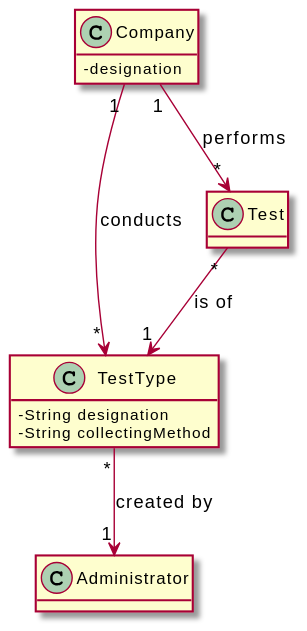
Earlier version of the PlantUML export docs/SprintB/US_9/UC9_MD.svg (RuiRioPina/LAPR2-20-21).
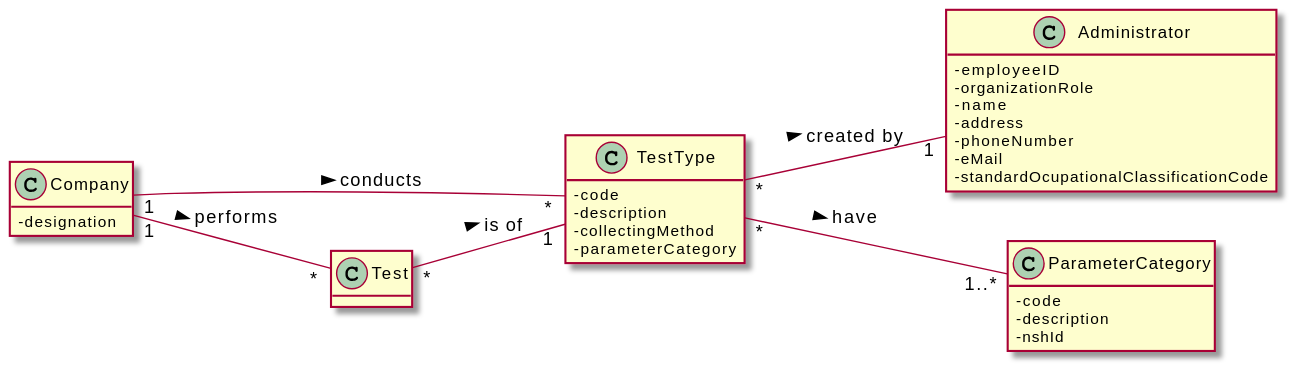
Later version of the same file.

What changed in the source:
```diff
@@ -1,10 +1,13 @@
 @startuml
 skinparam classAttributeIconSize 0
 hide methods
+left to right direction
 
 class TestType {
-  -String designation
-  -String collectingMethod
+  -code
+  -description
+  -collectingMethod
+  -parameterCategory
 }
 
 class Company {
@@ -15,10 +18,23 @@
 }
 
 class Administrator {
+  -employeeID
+  -organizationRole
+  -name
+  -address
+  -phoneNumber
+  -eMail
+  -standardOcupationalClassificationCode
 }
 
-Company "1" --> "*" TestType : conducts
-Test "*" --> "1" TestType : is of
-Company "1" --> "*" Test : performs
-TestType "*" --> "1" Administrator : created by
+class ParameterCategory {
+  -code
+  -description
+  -nshId
+}
+Company "1" -- "*" TestType : conducts >
+Test "*" -- "1" TestType : is of >
+Company "1" -- "*" Test : performs >
+TestType "*" -- "1" Administrator : created by >
+TestType "*" -- "1..*" ParameterCategory : have >
 @enduml
```
